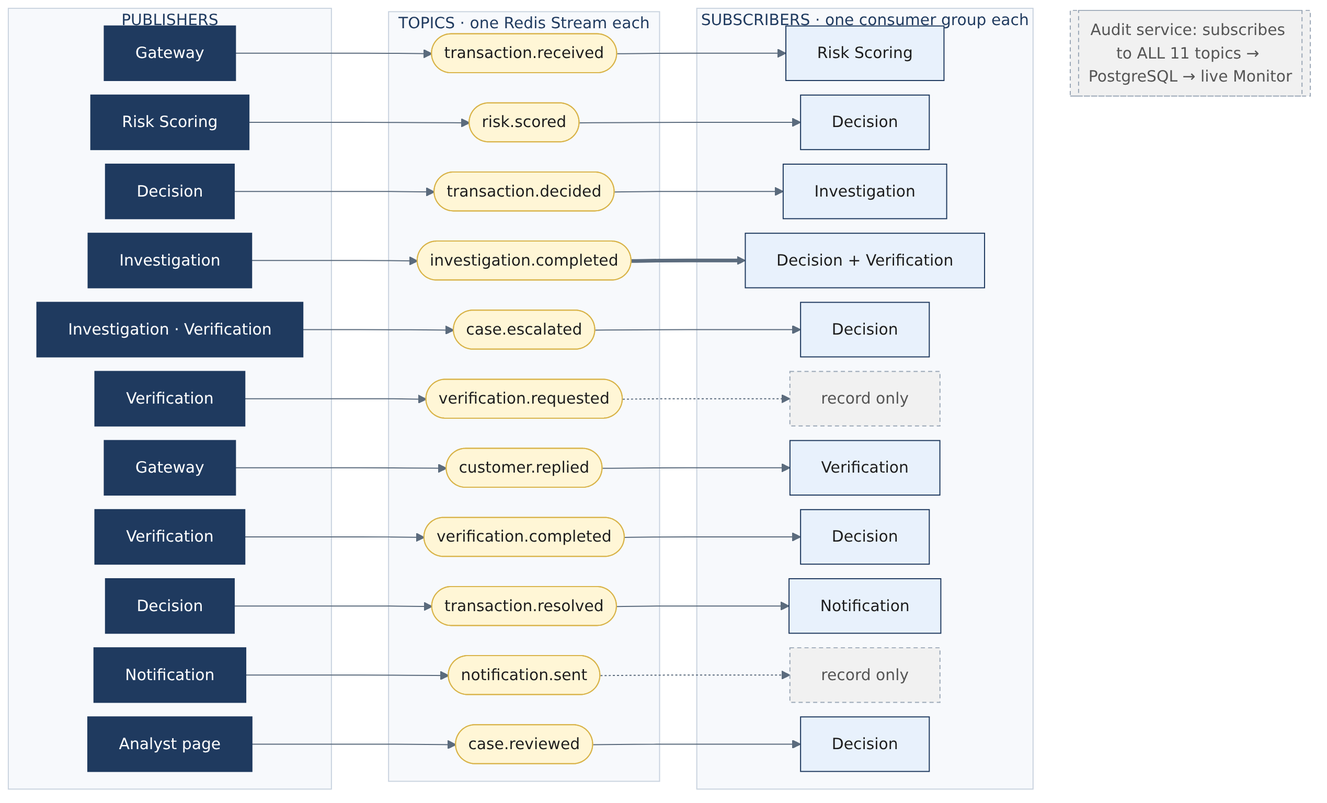
Before: docs/images/pubsub_topics.png, a diagram exported from Mermaid (omazo1/fraud-agents-preview). Its source is kept beside it as docs/diagrams/pubsub_topics.mmd. Its diagram source:
```mermaid
%%{init: {"theme":"base","themeVariables":{"fontFamily":"DejaVu Sans","fontSize":"15px","primaryColor":"#1f3a5f","primaryTextColor":"#ffffff","primaryBorderColor":"#1f3a5f","lineColor":"#5b6b7d","clusterBkg":"#f7f9fc","clusterBorder":"#c9d3df","titleColor":"#1f3a5f"},"flowchart":{"nodeSpacing":14,"rankSpacing":55,"curve":"basis"}}}%%
flowchart LR
    classDef pub fill:#1f3a5f,stroke:#1f3a5f,color:#fff
    classDef topic fill:#fff6d6,stroke:#d9b44a,color:#1d1d1d
    classDef sub fill:#e8f1fc,stroke:#1f3a5f,color:#1d1d1d
    classDef quiet fill:#f1f1f1,stroke:#9aa7b6,color:#555,stroke-dasharray: 4 3

    subgraph P[" PUBLISHERS "]
      direction TB
      p1[Gateway]:::pub
      p2[Risk Scoring]:::pub
      p3[Decision]:::pub
      p4[Investigation]:::pub
      p5[Investigation · Verification]:::pub
      p6[Verification]:::pub
      p7[Gateway]:::pub
      p8[Verification]:::pub
      p9[Decision]:::pub
      p10[Notification]:::pub
      p11[Analyst page]:::pub
    end
    subgraph T[" TOPICS · one Redis Stream each "]
      direction TB
      t1([transaction.received]):::topic
      t2([risk.scored]):::topic
      t3([transaction.decided]):::topic
      t4([investigation.completed]):::topic
      t5([case.escalated]):::topic
      t6([verification.requested]):::topic
      t7([customer.replied]):::topic
      t8([verification.completed]):::topic
      t9([transaction.resolved]):::topic
      t10([notification.sent]):::topic
      t11([case.reviewed]):::topic
    end
    subgraph S[" SUBSCRIBERS · one consumer group each "]
      direction TB
      s1[Risk Scoring]:::sub
      s2[Decision]:::sub
      s3[Investigation]:::sub
      s4[Decision + Verification]:::sub
      s5[Decision]:::sub
      s6[record only]:::quiet
      s7[Verification]:::sub
      s8[Decision]:::sub
      s9[Notification]:::sub
      s10[record only]:::quiet
      s11[Decision]:::sub
    end
    p1-->t1-->s1
    p2-->t2-->s2
    p3-->t3-->s3
    p4-->t4==>s4
    p5-->t5-->s5
    p6-->t6-.->s6
    p7-->t7-->s7
    p8-->t8-->s8
    p9-->t9-->s9
    p10-->t10-.->s10
    p11-->t11-->s11
    A[["Audit service: subscribes to ALL 11 topics → PostgreSQL → live Monitor"]]:::quiet
    S ~~~ A
```
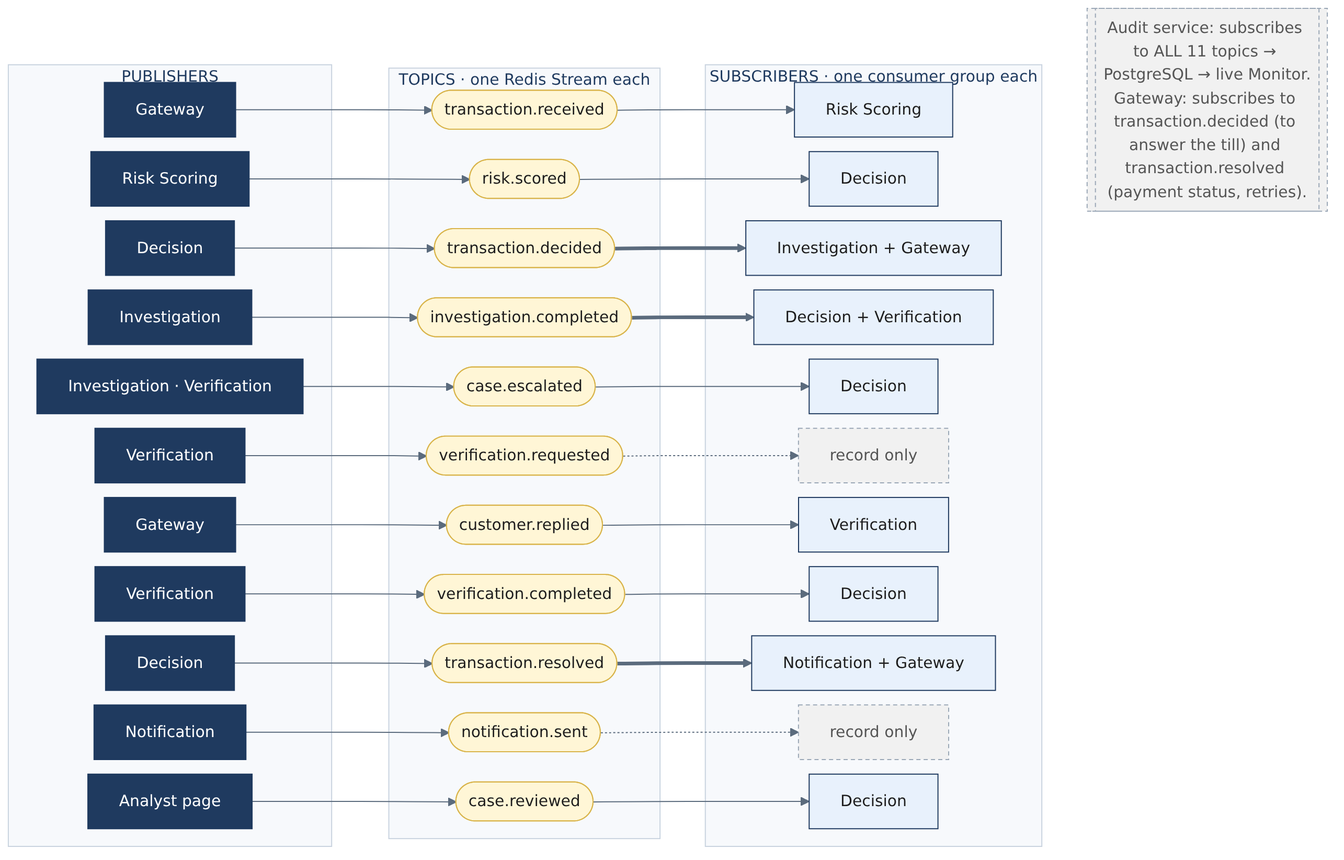
After the commit.

Change to the diagram source:
```diff
@@ -37,26 +37,26 @@
       direction TB
       s1[Risk Scoring]:::sub
       s2[Decision]:::sub
-      s3[Investigation]:::sub
+      s3[Investigation + Gateway]:::sub
       s4[Decision + Verification]:::sub
       s5[Decision]:::sub
       s6[record only]:::quiet
       s7[Verification]:::sub
       s8[Decision]:::sub
-      s9[Notification]:::sub
+      s9[Notification + Gateway]:::sub
       s10[record only]:::quiet
       s11[Decision]:::sub
     end
     p1-->t1-->s1
     p2-->t2-->s2
-    p3-->t3-->s3
+    p3-->t3==>s3
     p4-->t4==>s4
     p5-->t5-->s5
     p6-->t6-.->s6
     p7-->t7-->s7
     p8-->t8-->s8
-    p9-->t9-->s9
+    p9-->t9==>s9
     p10-->t10-.->s10
     p11-->t11-->s11
-    A[["Audit service: subscribes to ALL 11 topics → PostgreSQL → live Monitor"]]:::quiet
+    A[["Audit service: subscribes to ALL 11 topics → PostgreSQL → live Monitor.<br/>Gateway: subscribes to transaction.decided (to answer the till) and transaction.resolved (payment status, retries)."]]:::quiet
     S ~~~ A
```
